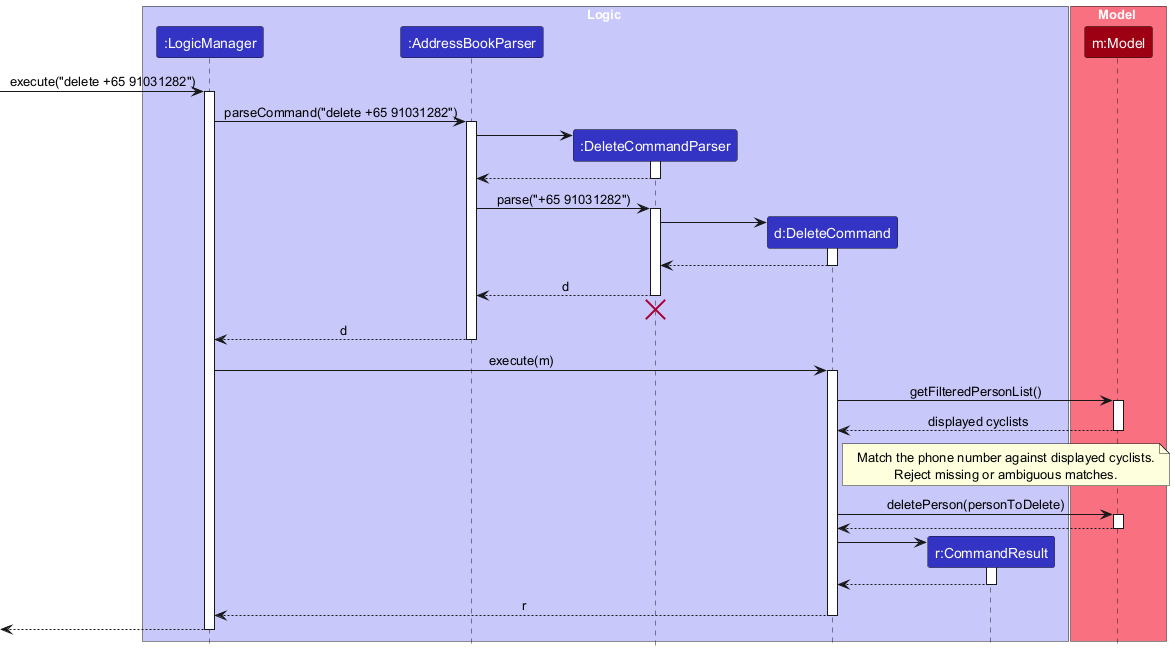
Before: docs/images/DeleteSequenceDiagram.png, a diagram exported from PlantUML (AY2627S1-CS2103T-W11-1/tp). Its diagram source:
```plantuml
@startuml
!include style.puml
skinparam ArrowFontStyle plain

box Logic LOGIC_COLOR_T1
participant ":LogicManager" as LogicManager LOGIC_COLOR
participant ":AddressBookParser" as AddressBookParser LOGIC_COLOR
participant ":DeleteCommandParser" as DeleteCommandParser LOGIC_COLOR
participant "d:DeleteCommand" as DeleteCommand LOGIC_COLOR
participant "r:CommandResult" as CommandResult LOGIC_COLOR
end box

box Model MODEL_COLOR_T1
participant "m:Model" as Model MODEL_COLOR
end box

[-> LogicManager : execute("delete +65 91031282")
activate LogicManager

LogicManager -> AddressBookParser : parseCommand("delete +65 91031282")
activate AddressBookParser

create DeleteCommandParser
AddressBookParser -> DeleteCommandParser
activate DeleteCommandParser

DeleteCommandParser --> AddressBookParser
deactivate DeleteCommandParser

AddressBookParser -> DeleteCommandParser : parse("+65 91031282")
activate DeleteCommandParser

create DeleteCommand
DeleteCommandParser -> DeleteCommand
activate DeleteCommand

DeleteCommand --> DeleteCommandParser :
deactivate DeleteCommand

DeleteCommandParser --> AddressBookParser : d
deactivate DeleteCommandParser
DeleteCommandParser -[hidden]-> AddressBookParser
destroy DeleteCommandParser

AddressBookParser --> LogicManager : d
deactivate AddressBookParser

LogicManager -> DeleteCommand : execute(m)
activate DeleteCommand

DeleteCommand -> Model : getFilteredPersonList()
activate Model

Model --> DeleteCommand : displayed cyclists
deactivate Model

note right of DeleteCommand : Match the phone number against displayed cyclists.\nReject missing or ambiguous matches.

DeleteCommand -> Model : deletePerson(personToDelete)
activate Model

Model --> DeleteCommand
deactivate Model

create CommandResult
DeleteCommand -> CommandResult
activate CommandResult

CommandResult --> DeleteCommand
deactivate CommandResult

DeleteCommand --> LogicManager : r
deactivate DeleteCommand

[<--LogicManager
deactivate LogicManager
@enduml
```
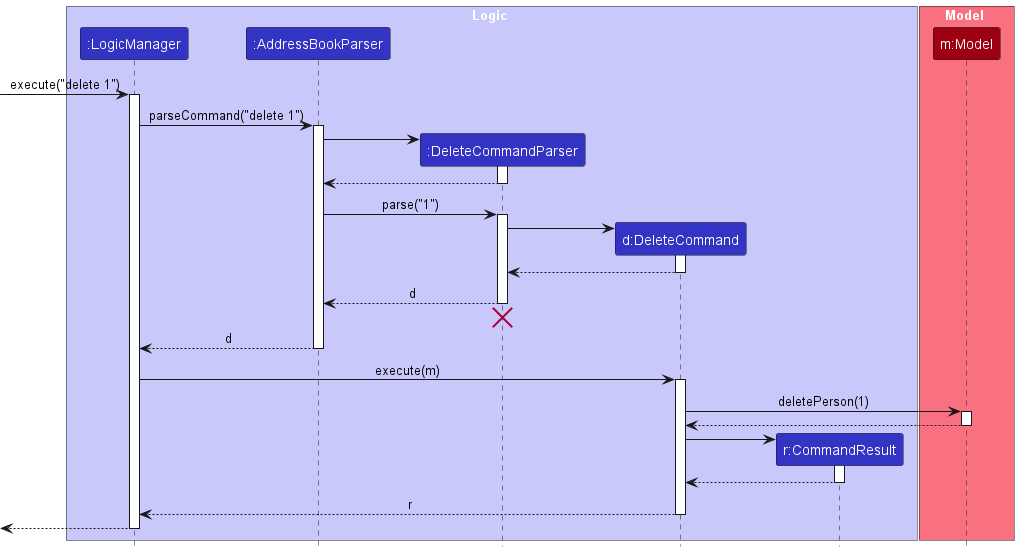
After the change.

The edit, as a diff of the source:
```diff
@@ -14,10 +14,10 @@
 participant "m:Model" as Model MODEL_COLOR
 end box
 
-[-> LogicManager : execute("delete +65 91031282")
+[-> LogicManager : execute("delete 1")
 activate LogicManager
 
-LogicManager -> AddressBookParser : parseCommand("delete +65 91031282")
+LogicManager -> AddressBookParser : parseCommand("delete 1")
 activate AddressBookParser
 
 create DeleteCommandParser
@@ -27,7 +27,7 @@
 DeleteCommandParser --> AddressBookParser
 deactivate DeleteCommandParser
 
-AddressBookParser -> DeleteCommandParser : parse("+65 91031282")
+AddressBookParser -> DeleteCommandParser : parse("1")
 activate DeleteCommandParser
 
 create DeleteCommand
@@ -48,15 +48,7 @@
 LogicManager -> DeleteCommand : execute(m)
 activate DeleteCommand
 
-DeleteCommand -> Model : getFilteredPersonList()
-activate Model
-
-Model --> DeleteCommand : displayed cyclists
-deactivate Model
-
-note right of DeleteCommand : Match the phone number against displayed cyclists.\nReject missing or ambiguous matches.
-
-DeleteCommand -> Model : deletePerson(personToDelete)
+DeleteCommand -> Model : deletePerson(1)
 activate Model
 
 Model --> DeleteCommand
```
